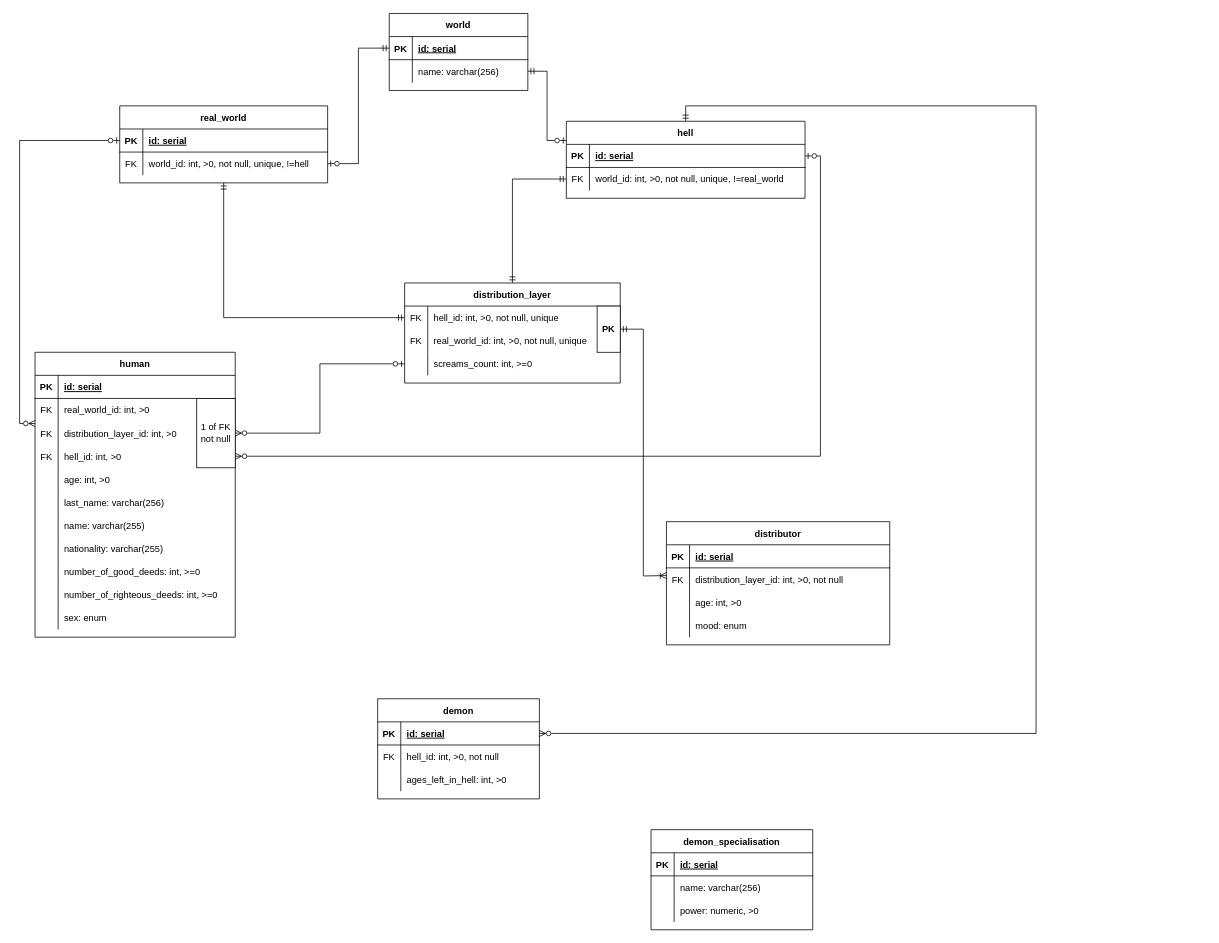
Above: documentation/kursach_datalogical.drawio in semwett0301/booking-java-back (draw.io), before the change. Source tidied: cells renumbered, new cells numbered last; positions are measured from the earlier drawing's top-left corner, leaving out a move shared by most shapes. Both pictures are drawn from the tidied source at 77%, with x=0, y=0 at pixel (35, 13).
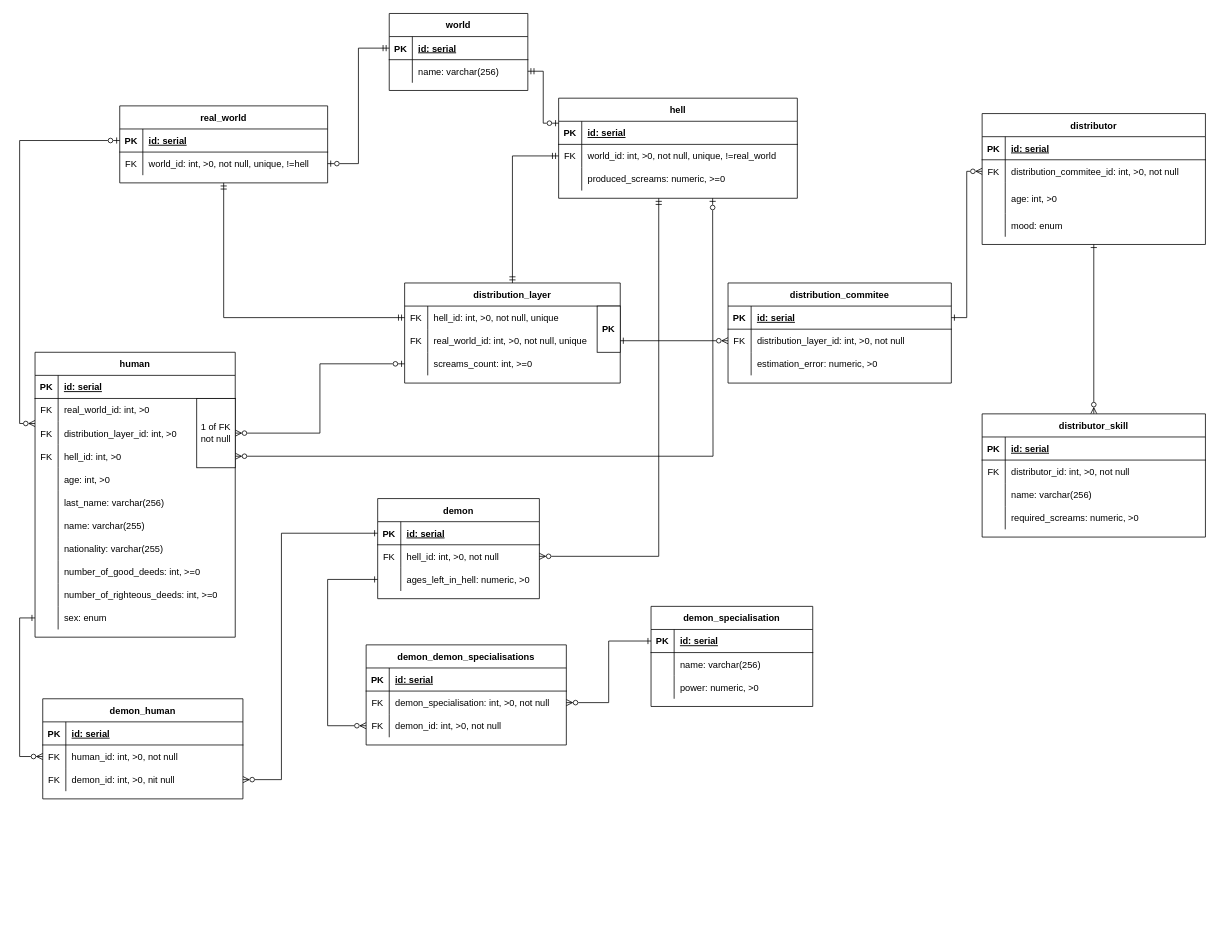
The same page after the edit.

Unchanged cells that the change refers to:
```xml
<mxCell id="14" style="shape=tableRow;horizontal=0;startSize=0;swimlaneHead=0;swimlaneBody=0;fillColor=none;points=[[0,0.5],[1,0.5]];portConstraint=eastwest;top=0;left=0;right=0;bottom=0;" parent="10" vertex="1">
  <mxGeometry y="60" width="290" height="30" as="geometry" />
</mxCell>
<mxCell id="34" style="shape=tableRow;horizontal=0;startSize=0;swimlaneHead=0;swimlaneBody=0;fillColor=none;points=[[0,0.5],[1,0.5]];portConstraint=eastwest;top=0;left=0;right=0;bottom=0;" parent="24" vertex="1">
  <mxGeometry y="120" width="260" height="30" as="geometry" />
</mxCell>
<mxCell id="55" style="shape=tableRow;horizontal=0;startSize=0;swimlaneHead=0;swimlaneBody=0;fillColor=none;points=[[0,0.5],[1,0.5]];portConstraint=eastwest;top=0;left=0;right=0;bottom=0;" parent="24" vertex="1">
  <mxGeometry y="330" width="260" height="30" as="geometry" />
</mxCell>
<mxCell id="70" style="shape=tableRow;horizontal=0;startSize=0;swimlaneHead=0;swimlaneBody=0;fillColor=none;points=[[0,0.5],[1,0.5]];portConstraint=eastwest;top=0;left=0;right=0;bottom=0;" parent="66" vertex="1">
  <mxGeometry y="60" width="280" height="30" as="geometry" />
</mxCell>
<mxCell id="78" style="shape=tableRow;horizontal=0;startSize=0;swimlaneHead=0;swimlaneBody=0;fillColor=none;points=[[0,0.5],[1,0.5]];portConstraint=eastwest;top=0;left=0;right=0;bottom=1;" parent="77" vertex="1">
  <mxGeometry y="30" width="210" height="30" as="geometry" />
</mxCell>
<mxCell id="81" style="shape=tableRow;horizontal=0;startSize=0;swimlaneHead=0;swimlaneBody=0;fillColor=none;points=[[0,0.5],[1,0.5]];portConstraint=eastwest;top=0;left=0;right=0;bottom=0;" parent="77" vertex="1">
  <mxGeometry y="60" width="210" height="30" as="geometry" />
</mxCell>
<mxCell id="84" style="shape=tableRow;horizontal=0;startSize=0;swimlaneHead=0;swimlaneBody=0;fillColor=none;points=[[0,0.5],[1,0.5]];portConstraint=eastwest;top=0;left=0;right=0;bottom=0;" parent="77" vertex="1">
  <mxGeometry y="90" width="210" height="30" as="geometry" />
</mxCell>
<mxCell id="89" style="shape=tableRow;horizontal=0;startSize=0;swimlaneHead=0;swimlaneBody=0;fillColor=none;points=[[0,0.5],[1,0.5]];portConstraint=eastwest;top=0;left=0;right=0;bottom=1;" parent="88" vertex="1">
  <mxGeometry y="30" width="310" height="30" as="geometry" />
</mxCell>
<mxCell id="96" value="&lt;b&gt;PK&lt;/b&gt;" style="rounded=0;whiteSpace=wrap;html=1;" parent="1" vertex="1">
  <mxGeometry x="730" y="380" width="30" height="60" as="geometry" />
</mxCell>
<mxCell id="102" style="shape=tableRow;horizontal=0;startSize=0;swimlaneHead=0;swimlaneBody=0;fillColor=none;points=[[0,0.5],[1,0.5]];portConstraint=eastwest;top=0;left=0;right=0;bottom=1;" parent="101" vertex="1">
  <mxGeometry y="30" width="210" height="30" as="geometry" />
</mxCell>
```

What changed in the source:
```diff
@@
-    <mxCell id="9" style="edgeStyle=orthogonalEdgeStyle;rounded=0;jettySize=auto;html=1;entryX=1;entryY=0.5;entryDx=0;entryDy=0;startArrow=ERoneToMany;startFill=0;endArrow=ERmandOne;endFill=0;" parent="1" edge="1" target="96">
-      <mxGeometry relative="1" as="geometry">
-        <mxPoint x="820" y="730" as="sourcePoint" />
-      </mxGeometry>
-    </mxCell>
+    <mxCell id="111" style="edgeStyle=orthogonalEdgeStyle;rounded=0;jettySize=auto;html=1;entryX=0.5;entryY=0;entryDx=0;entryDy=0;startArrow=ERone;startFill=0;endArrow=ERzeroToMany;endFill=0;" parent="1" edge="1" source="10" target="151">
+      <mxGeometry relative="1" as="geometry" />
+    </mxCell>
     <mxCell id="10" value="distributor" style="shape=table;startSize=30;childLayout=tableLayout;rowLines=0;fontStyle=1;align=center;" parent="1" vertex="1">
-      <mxGeometry x="820" y="660" width="290" height="160" as="geometry" />
+      <mxGeometry x="1230" y="130" width="290" height="170" as="geometry" />
     </mxCell>
@@
-    <mxCell id="16" value="distribution_layer_id: int, &gt;0, not null" style="shape=partialRectangle;fillColor=none;top=0;left=0;bottom=0;right=0;align=left;spacingLeft=6;overflow=hidden;" parent="14" vertex="1">
+    <mxCell id="16" value="distribution_commitee_id: int, &gt;0, not null" style="shape=partialRectangle;fillColor=none;top=0;left=0;bottom=0;right=0;align=left;spacingLeft=6;overflow=hidden;" parent="14" vertex="1">
       <mxGeometry x="30" width="260" height="30" as="geometry" />
     </mxCell>
     <mxCell id="17" style="shape=tableRow;horizontal=0;startSize=0;swimlaneHead=0;swimlaneBody=0;fillColor=none;top=0;left=0;right=0;bottom=0;" parent="10" vertex="1">
-      <mxGeometry y="90" width="290" height="30" as="geometry" />
+      <mxGeometry y="90" width="290" height="40" as="geometry" />
     </mxCell>
     <mxCell id="18" style="shape=partialRectangle;fillColor=none;top=0;left=0;bottom=0;right=0;overflow=hidden;" parent="17" vertex="1">
-      <mxGeometry width="30" height="30" as="geometry" />
+      <mxGeometry width="30" height="40" as="geometry" />
     </mxCell>
     <mxCell id="19" value="age: int, &gt;0" style="shape=partialRectangle;fillColor=none;top=0;left=0;bottom=0;right=0;align=left;spacingLeft=6;overflow=hidden;" parent="17" vertex="1">
-      <mxGeometry x="30" width="260" height="30" as="geometry" />
+      <mxGeometry x="30" width="260" height="40" as="geometry" />
     </mxCell>
     <mxCell id="20" style="shape=tableRow;horizontal=0;startSize=0;swimlaneHead=0;swimlaneBody=0;fillColor=none;top=0;left=0;right=0;bottom=0;" parent="10" vertex="1">
-      <mxGeometry y="120" width="290" height="30" as="geometry" />
+      <mxGeometry y="130" width="290" height="30" as="geometry" />
     </mxCell>
@@
-    <mxCell id="76" style="edgeStyle=orthogonalEdgeStyle;rounded=0;jettySize=auto;html=1;entryX=0.5;entryY=0;entryDx=0;entryDy=0;startArrow=ERzeroToMany;startFill=0;endArrow=ERmandOne;endFill=0;exitX=1;exitY=0.5;exitDx=0;exitDy=0;" parent="1" edge="1" source="78" target="88">
+    <mxCell id="76" style="edgeStyle=orthogonalEdgeStyle;rounded=0;jettySize=auto;html=1;startArrow=ERzeroToMany;startFill=0;endArrow=ERmandOne;endFill=0;exitX=1;exitY=0.5;exitDx=0;exitDy=0;" parent="1" edge="1" source="81">
       <mxGeometry relative="1" as="geometry">
+        <mxPoint x="810" y="240" as="targetPoint" />
         <Array as="points">
-          <mxPoint x="1300" y="935" />
-          <mxPoint x="1300" y="120" />
-          <mxPoint x="845" y="120" />
+          <mxPoint x="810" y="705" />
         </Array>
       </mxGeometry>
     </mxCell>
+    <mxCell id="112" style="edgeStyle=orthogonalEdgeStyle;rounded=0;jettySize=auto;html=1;entryX=0;entryY=0.5;entryDx=0;entryDy=0;startArrow=ERone;startFill=0;endArrow=ERzeroToMany;endFill=0;exitX=0;exitY=0.5;exitDx=0;exitDy=0;" parent="1" edge="1" source="84" target="123">
+      <mxGeometry relative="1" as="geometry">
+        <Array as="points">
+          <mxPoint x="380" y="735" />
+          <mxPoint x="380" y="925" />
+        </Array>
+      </mxGeometry>
+    </mxCell>
     <mxCell id="77" value="demon" style="shape=table;startSize=30;childLayout=tableLayout;rowLines=0;fontStyle=1;align=center;" parent="1" vertex="1">
-      <mxGeometry x="445" y="890" width="210" height="130" as="geometry" />
+      <mxGeometry x="445" y="630" width="210" height="130" as="geometry" />
     </mxCell>
@@
-    <mxCell id="86" value="ages_left_in_hell: int, &gt;0" style="shape=partialRectangle;fillColor=none;top=0;left=0;bottom=0;right=0;align=left;spacingLeft=6;overflow=hidden;" parent="84" vertex="1">
+    <mxCell id="86" value="ages_left_in_hell: numeric, &gt;0" style="shape=partialRectangle;fillColor=none;top=0;left=0;bottom=0;right=0;align=left;spacingLeft=6;overflow=hidden;" parent="84" vertex="1">
       <mxGeometry x="30" width="180" height="30" as="geometry" />
     </mxCell>
@@
     <mxCell id="88" value="hell" style="shape=table;startSize=30;childLayout=tableLayout;rowLines=0;fontStyle=1;align=center;" parent="1" vertex="1">
-      <mxGeometry x="690" y="140" width="310" height="100" as="geometry" />
+      <mxGeometry x="680" y="110" width="310" height="130" as="geometry" />
     </mxCell>
@@
+    <mxCell id="113" style="shape=tableRow;horizontal=0;startSize=0;swimlaneHead=0;swimlaneBody=0;fillColor=none;top=0;left=0;right=0;bottom=0;" parent="88" vertex="1">
+      <mxGeometry y="90" width="310" height="30" as="geometry" />
+    </mxCell>
+    <mxCell id="114" style="shape=partialRectangle;fillColor=none;top=0;left=0;bottom=0;right=0;overflow=hidden;" parent="113" vertex="1">
+      <mxGeometry width="30" height="30" as="geometry" />
+    </mxCell>
+    <mxCell id="115" value="produced_screams: numeric, &gt;=0" style="shape=partialRectangle;fillColor=none;top=0;left=0;bottom=0;right=0;align=left;spacingLeft=6;overflow=hidden;" parent="113" vertex="1">
+      <mxGeometry x="30" width="280" height="30" as="geometry" />
+    </mxCell>
@@
-    <mxCell id="99" style="edgeStyle=orthogonalEdgeStyle;rounded=0;jettySize=auto;html=1;startArrow=ERzeroToMany;startFill=0;endArrow=ERzeroToOne;endFill=0;entryX=1;entryY=0.5;entryDx=0;entryDy=0;" parent="1" edge="1" source="34" target="89">
-      <mxGeometry relative="1" as="geometry" />
+    <mxCell id="99" style="edgeStyle=orthogonalEdgeStyle;rounded=0;jettySize=auto;html=1;startArrow=ERzeroToMany;startFill=0;endArrow=ERzeroToOne;endFill=0;" parent="1" edge="1" source="34">
+      <mxGeometry relative="1" as="geometry">
+        <mxPoint x="880" y="240" as="targetPoint" />
+      </mxGeometry>
     </mxCell>
@@
     <mxCell id="101" value="demon_specialisation" style="shape=table;startSize=30;childLayout=tableLayout;rowLines=0;fontStyle=1;align=center;" parent="1" vertex="1">
-      <mxGeometry x="800" y="1060" width="210" height="130" as="geometry" />
+      <mxGeometry x="800" y="770" width="210" height="130" as="geometry" />
     </mxCell>
@@
+    <mxCell id="116" value="demon_demon_specialisations" style="shape=table;startSize=30;childLayout=tableLayout;rowLines=0;fontStyle=1;align=center;" parent="1" vertex="1">
+      <mxGeometry x="430" y="820" width="260" height="130" as="geometry" />
+    </mxCell>
+    <mxCell id="117" style="shape=tableRow;horizontal=0;startSize=0;swimlaneHead=0;swimlaneBody=0;fillColor=none;top=0;left=0;right=0;bottom=1;" parent="116" vertex="1">
+      <mxGeometry y="30" width="260" height="30" as="geometry" />
+    </mxCell>
+    <mxCell id="118" value="PK" style="shape=partialRectangle;fillColor=none;top=0;left=0;bottom=0;right=0;fontStyle=1;overflow=hidden;" parent="117" vertex="1">
+      <mxGeometry width="30" height="30" as="geometry" />
+    </mxCell>
+    <mxCell id="119" value="id: serial" style="shape=partialRectangle;fillColor=none;top=0;left=0;bottom=0;right=0;align=left;spacingLeft=6;fontStyle=5;overflow=hidden;" parent="117" vertex="1">
+      <mxGeometry x="30" width="230" height="30" as="geometry" />
+    </mxCell>
+    <mxCell id="120" style="shape=tableRow;horizontal=0;startSize=0;swimlaneHead=0;swimlaneBody=0;fillColor=none;points=[[0,0.5],[1,0.5]];portConstraint=eastwest;top=0;left=0;right=0;bottom=0;" parent="116" vertex="1">
+      <mxGeometry y="60" width="260" height="30" as="geometry" />
+    </mxCell>
+    <mxCell id="121" value="FK" style="shape=partialRectangle;fillColor=none;top=0;left=0;bottom=0;right=0;overflow=hidden;" parent="120" vertex="1">
+      <mxGeometry width="30" height="30" as="geometry" />
+    </mxCell>
+    <mxCell id="122" value="demon_specialisation: int, &gt;0, not null" style="shape=partialRectangle;fillColor=none;top=0;left=0;bottom=0;right=0;align=left;spacingLeft=6;overflow=hidden;" parent="120" vertex="1">
+      <mxGeometry x="30" width="230" height="30" as="geometry" />
+    </mxCell>
+    <mxCell id="123" style="shape=tableRow;horizontal=0;startSize=0;swimlaneHead=0;swimlaneBody=0;fillColor=none;points=[[0,0.5],[1,0.5]];portConstraint=eastwest;top=0;left=0;right=0;bottom=0;" parent="116" vertex="1">
+      <mxGeometry y="90" width="260" height="30" as="geometry" />
+    </mxCell>
+    <mxCell id="124" value="FK" style="shape=partialRectangle;fillColor=none;top=0;left=0;bottom=0;right=0;overflow=hidden;" parent="123" vertex="1">
+      <mxGeometry width="30" height="30" as="geometry" />
+    </mxCell>
+    <mxCell id="125" value="demon_id: int, &gt;0, not null" style="shape=partialRectangle;fillColor=none;top=0;left=0;bottom=0;right=0;align=left;spacingLeft=6;overflow=hidden;" parent="123" vertex="1">
+      <mxGeometry x="30" width="230" height="30" as="geometry" />
+    </mxCell>
+    <mxCell id="126" style="edgeStyle=orthogonalEdgeStyle;rounded=0;jettySize=auto;html=1;entryX=1;entryY=0.5;entryDx=0;entryDy=0;startArrow=ERone;startFill=0;endArrow=ERzeroToMany;endFill=0;" parent="1" edge="1" source="102" target="120">
+      <mxGeometry relative="1" as="geometry" />
+    </mxCell>
+    <mxCell id="127" value="demon_human" style="shape=table;startSize=30;childLayout=tableLayout;rowLines=0;fontStyle=1;align=center;" parent="1" vertex="1">
+      <mxGeometry x="10" y="890" width="260" height="130" as="geometry" />
+    </mxCell>
+    <mxCell id="128" style="shape=tableRow;horizontal=0;startSize=0;swimlaneHead=0;swimlaneBody=0;fillColor=none;top=0;left=0;right=0;bottom=1;" parent="127" vertex="1">
+      <mxGeometry y="30" width="260" height="30" as="geometry" />
+    </mxCell>
+    <mxCell id="129" value="PK" style="shape=partialRectangle;fillColor=none;top=0;left=0;bottom=0;right=0;fontStyle=1;overflow=hidden;" parent="128" vertex="1">
+      <mxGeometry width="30" height="30" as="geometry" />
+    </mxCell>
+    <mxCell id="130" value="id: serial" style="shape=partialRectangle;fillColor=none;top=0;left=0;bottom=0;right=0;align=left;spacingLeft=6;fontStyle=5;overflow=hidden;" parent="128" vertex="1">
+      <mxGeometry x="30" width="230" height="30" as="geometry" />
+    </mxCell>
+    <mxCell id="131" style="shape=tableRow;horizontal=0;startSize=0;swimlaneHead=0;swimlaneBody=0;fillColor=none;points=[[0,0.5],[1,0.5]];portConstraint=eastwest;top=0;left=0;right=0;bottom=0;" parent="127" vertex="1">
+      <mxGeometry y="60" width="260" height="30" as="geometry" />
+    </mxCell>
+    <mxCell id="132" value="FK" style="shape=partialRectangle;fillColor=none;top=0;left=0;bottom=0;right=0;overflow=hidden;" parent="131" vertex="1">
+      <mxGeometry width="30" height="30" as="geometry" />
+    </mxCell>
+    <mxCell id="133" value="human_id: int, &gt;0, not null" style="shape=partialRectangle;fillColor=none;top=0;left=0;bottom=0;right=0;align=left;spacingLeft=6;overflow=hidden;" parent="131" vertex="1">
+      <mxGeometry x="30" width="230" height="30" as="geometry" />
+    </mxCell>
+    <mxCell id="134" style="shape=tableRow;horizontal=0;startSize=0;swimlaneHead=0;swimlaneBody=0;fillColor=none;points=[[0,0.5],[1,0.5]];portConstraint=eastwest;top=0;left=0;right=0;bottom=0;" parent="127" vertex="1">
+      <mxGeometry y="90" width="260" height="30" as="geometry" />
+    </mxCell>
+    <mxCell id="135" value="FK" style="shape=partialRectangle;fillColor=none;top=0;left=0;bottom=0;right=0;overflow=hidden;" parent="134" vertex="1">
+      <mxGeometry width="30" height="30" as="geometry" />
+    </mxCell>
+    <mxCell id="136" value="demon_id: int, &gt;0, nit null" style="shape=partialRectangle;fillColor=none;top=0;left=0;bottom=0;right=0;align=left;spacingLeft=6;overflow=hidden;" parent="134" vertex="1">
+      <mxGeometry x="30" width="230" height="30" as="geometry" />
+    </mxCell>
+    <mxCell id="137" style="edgeStyle=orthogonalEdgeStyle;rounded=0;jettySize=auto;html=1;entryX=0;entryY=0.5;entryDx=0;entryDy=0;startArrow=ERone;startFill=0;endArrow=ERzeroToMany;endFill=0;exitX=0;exitY=0.5;exitDx=0;exitDy=0;" parent="1" edge="1" source="55" target="131">
+      <mxGeometry relative="1" as="geometry" />
+    </mxCell>
+    <mxCell id="138" style="edgeStyle=orthogonalEdgeStyle;rounded=0;jettySize=auto;html=1;entryX=1;entryY=0.5;entryDx=0;entryDy=0;startArrow=ERone;startFill=0;endArrow=ERzeroToMany;endFill=0;" parent="1" edge="1" source="78" target="134">
+      <mxGeometry relative="1" as="geometry">
+        <Array as="points">
+          <mxPoint x="320" y="675" />
+          <mxPoint x="320" y="995" />
+        </Array>
+      </mxGeometry>
+    </mxCell>
+    <mxCell id="139" value="distribution_commitee" style="shape=table;startSize=30;childLayout=tableLayout;rowLines=0;fontStyle=1;align=center;" parent="1" vertex="1">
+      <mxGeometry x="900" y="350" width="290" height="130" as="geometry" />
+    </mxCell>
+    <mxCell id="140" style="shape=tableRow;horizontal=0;startSize=0;swimlaneHead=0;swimlaneBody=0;fillColor=none;points=[[0,0.5],[1,0.5]];portConstraint=eastwest;top=0;left=0;right=0;bottom=1;" parent="139" vertex="1">
+      <mxGeometry y="30" width="290" height="30" as="geometry" />
+    </mxCell>
+    <mxCell id="141" value="PK" style="shape=partialRectangle;fillColor=none;top=0;left=0;bottom=0;right=0;fontStyle=1;overflow=hidden;" parent="140" vertex="1">
+      <mxGeometry width="30" height="30" as="geometry" />
+    </mxCell>
+    <mxCell id="142" value="id: serial" style="shape=partialRectangle;fillColor=none;top=0;left=0;bottom=0;right=0;align=left;spacingLeft=6;fontStyle=5;overflow=hidden;" parent="140" vertex="1">
+      <mxGeometry x="30" width="260" height="30" as="geometry" />
+    </mxCell>
+    <mxCell id="143" style="shape=tableRow;horizontal=0;startSize=0;swimlaneHead=0;swimlaneBody=0;fillColor=none;points=[[0,0.5],[1,0.5]];portConstraint=eastwest;top=0;left=0;right=0;bottom=0;" parent="139" vertex="1">
+      <mxGeometry y="60" width="290" height="30" as="geometry" />
+    </mxCell>
+    <mxCell id="144" value="FK" style="shape=partialRectangle;fillColor=none;top=0;left=0;bottom=0;right=0;overflow=hidden;" parent="143" vertex="1">
+      <mxGeometry width="30" height="30" as="geometry" />
+    </mxCell>
+    <mxCell id="145" value="distribution_layer_id: int, &gt;0, not null" style="shape=partialRectangle;fillColor=none;top=0;left=0;bottom=0;right=0;align=left;spacingLeft=6;overflow=hidden;" parent="143" vertex="1">
+      <mxGeometry x="30" width="260" height="30" as="geometry" />
+    </mxCell>
+    <mxCell id="146" style="shape=tableRow;horizontal=0;startSize=0;swimlaneHead=0;swimlaneBody=0;fillColor=none;top=0;left=0;right=0;bottom=0;" parent="139" vertex="1">
+      <mxGeometry y="90" width="290" height="30" as="geometry" />
+    </mxCell>
+    <mxCell id="147" style="shape=partialRectangle;fillColor=none;top=0;left=0;bottom=0;right=0;overflow=hidden;" parent="146" vertex="1">
+      <mxGeometry width="30" height="30" as="geometry" />
+    </mxCell>
+    <mxCell id="148" value="estimation_error: numeric, &gt;0" style="shape=partialRectangle;fillColor=none;top=0;left=0;bottom=0;right=0;align=left;spacingLeft=6;overflow=hidden;" parent="146" vertex="1">
+      <mxGeometry x="30" width="260" height="30" as="geometry" />
+    </mxCell>
+    <mxCell id="149" style="edgeStyle=orthogonalEdgeStyle;rounded=0;jettySize=auto;html=1;startArrow=ERone;startFill=0;endArrow=ERzeroToMany;endFill=0;" parent="1" edge="1" source="70" target="143">
+      <mxGeometry relative="1" as="geometry" />
+    </mxCell>
+    <mxCell id="150" style="edgeStyle=orthogonalEdgeStyle;rounded=0;jettySize=auto;html=1;entryX=0;entryY=0.5;entryDx=0;entryDy=0;startArrow=ERone;startFill=0;endArrow=ERzeroToMany;endFill=0;exitX=1;exitY=0.5;exitDx=0;exitDy=0;" parent="1" edge="1" source="140" target="14">
+      <mxGeometry relative="1" as="geometry" />
+    </mxCell>
+    <mxCell id="151" value="distributor_skill" style="shape=table;startSize=30;childLayout=tableLayout;rowLines=0;fontStyle=1;align=center;" parent="1" vertex="1">
+      <mxGeometry x="1230" y="520" width="290" height="160" as="geometry" />
+    </mxCell>
+    <mxCell id="152" style="shape=tableRow;horizontal=0;startSize=0;swimlaneHead=0;swimlaneBody=0;fillColor=none;top=0;left=0;right=0;bottom=1;" parent="151" vertex="1">
+      <mxGeometry y="30" width="290" height="30" as="geometry" />
+    </mxCell>
+    <mxCell id="153" value="PK" style="shape=partialRectangle;fillColor=none;top=0;left=0;bottom=0;right=0;fontStyle=1;overflow=hidden;" parent="152" vertex="1">
+      <mxGeometry width="30" height="30" as="geometry" />
+    </mxCell>
+    <mxCell id="154" value="id: serial" style="shape=partialRectangle;fillColor=none;top=0;left=0;bottom=0;right=0;align=left;spacingLeft=6;fontStyle=5;overflow=hidden;" parent="152" vertex="1">
+      <mxGeometry x="30" width="260" height="30" as="geometry" />
+    </mxCell>
+    <mxCell id="155" style="shape=tableRow;horizontal=0;startSize=0;swimlaneHead=0;swimlaneBody=0;fillColor=none;top=0;left=0;right=0;bottom=0;" parent="151" vertex="1">
+      <mxGeometry y="60" width="290" height="30" as="geometry" />
+    </mxCell>
+    <mxCell id="156" value="FK" style="shape=partialRectangle;fillColor=none;top=0;left=0;bottom=0;right=0;overflow=hidden;" parent="155" vertex="1">
+      <mxGeometry width="30" height="30" as="geometry" />
+    </mxCell>
+    <mxCell id="157" value="distributor_id: int, &gt;0, not null" style="shape=partialRectangle;fillColor=none;top=0;left=0;bottom=0;right=0;align=left;spacingLeft=6;overflow=hidden;" parent="155" vertex="1">
+      <mxGeometry x="30" width="260" height="30" as="geometry" />
+    </mxCell>
+    <mxCell id="158" style="shape=tableRow;horizontal=0;startSize=0;swimlaneHead=0;swimlaneBody=0;fillColor=none;top=0;left=0;right=0;bottom=0;" parent="151" vertex="1">
+      <mxGeometry y="90" width="290" height="30" as="geometry" />
+    </mxCell>
+    <mxCell id="159" style="shape=partialRectangle;fillColor=none;top=0;left=0;bottom=0;right=0;overflow=hidden;" parent="158" vertex="1">
+      <mxGeometry width="30" height="30" as="geometry" />
+    </mxCell>
+    <mxCell id="160" value="name: varchar(256)" style="shape=partialRectangle;fillColor=none;top=0;left=0;bottom=0;right=0;align=left;spacingLeft=6;overflow=hidden;" parent="158" vertex="1">
+      <mxGeometry x="30" width="260" height="30" as="geometry" />
+    </mxCell>
+    <mxCell id="161" style="shape=tableRow;horizontal=0;startSize=0;swimlaneHead=0;swimlaneBody=0;fillColor=none;top=0;left=0;right=0;bottom=0;" parent="151" vertex="1">
+      <mxGeometry y="120" width="290" height="30" as="geometry" />
+    </mxCell>
+    <mxCell id="162" style="shape=partialRectangle;fillColor=none;top=0;left=0;bottom=0;right=0;overflow=hidden;" parent="161" vertex="1">
+      <mxGeometry width="30" height="30" as="geometry" />
+    </mxCell>
+    <mxCell id="163" value="required_screams: numeric, &gt;0" style="shape=partialRectangle;fillColor=none;top=0;left=0;bottom=0;right=0;align=left;spacingLeft=6;overflow=hidden;" parent="161" vertex="1">
+      <mxGeometry x="30" width="260" height="30" as="geometry" />
+    </mxCell>
```
